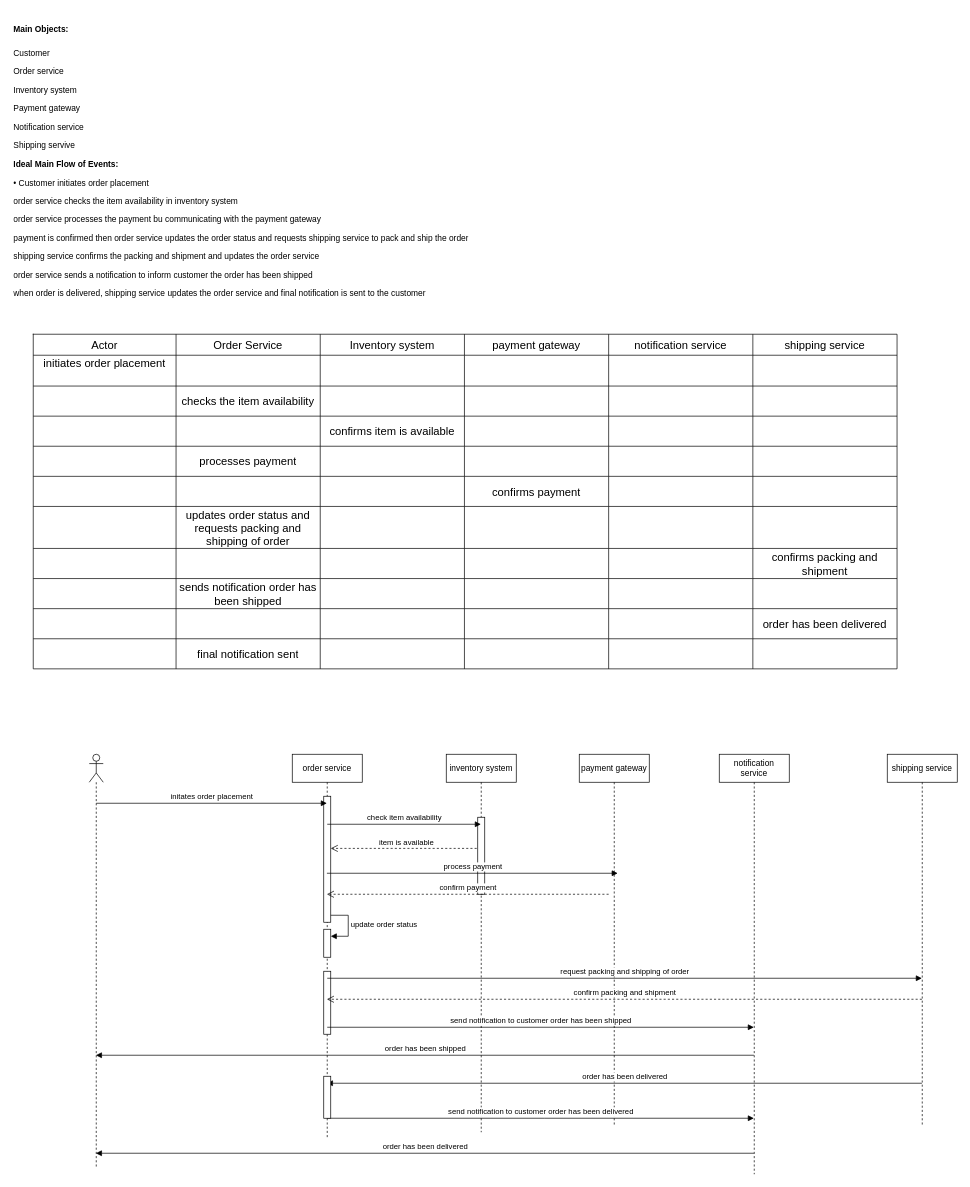
Before: finals-sequence-diagram.drawio in natasha-kiara/use-case-diagrams, a draw.io diagram. Source tidied: cells renumbered, new cells numbered last; positions are measured from the earlier drawing's top-left corner, leaving out a move shared by most shapes. Both pictures are drawn from the tidied source at 70%, with x=0, y=0 at pixel (12, 12).
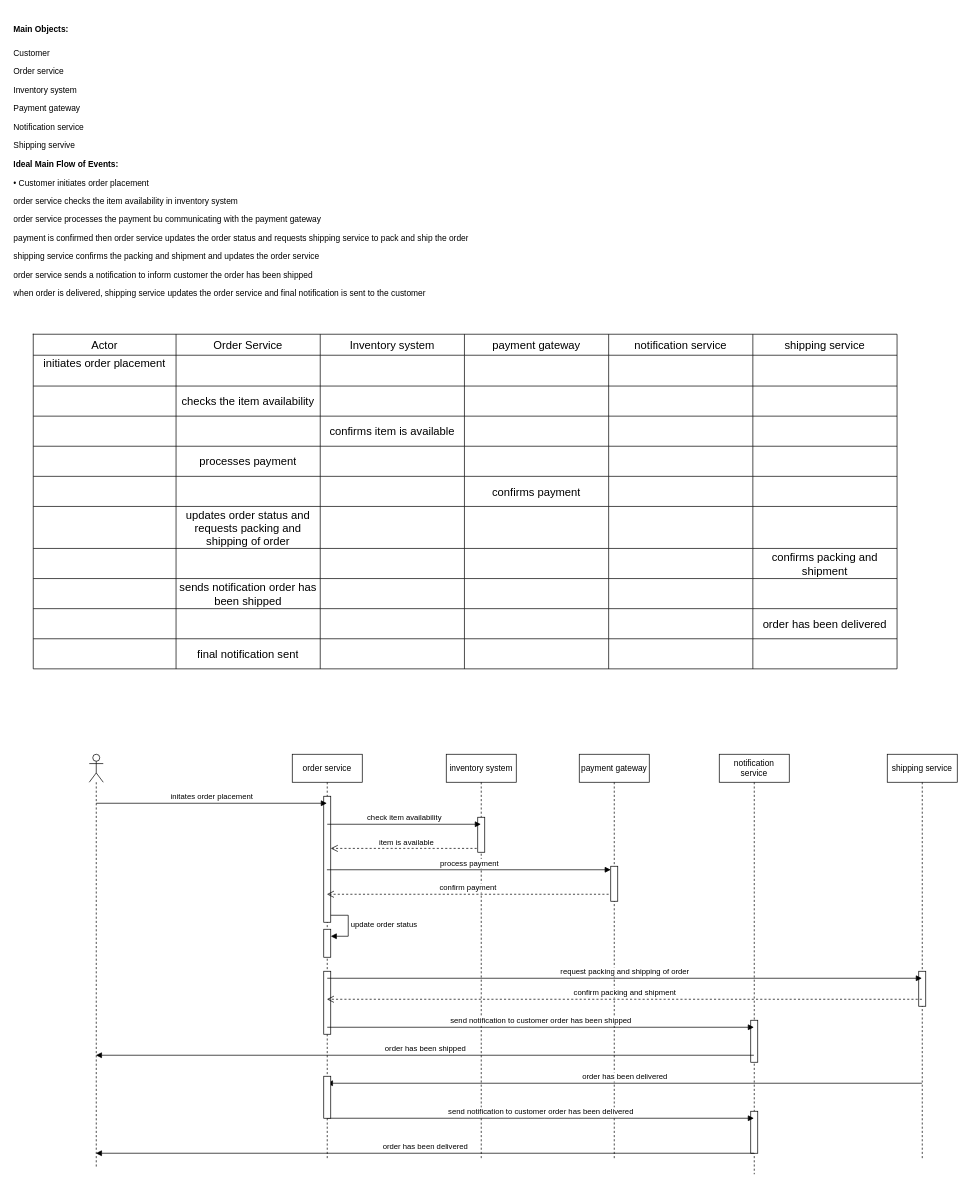
The same diagram, later.

The change refers to these unchanged cells:
```xml
<mxCell id="95" value="notification service" style="shape=umlLifeline;perimeter=lifelinePerimeter;whiteSpace=wrap;html=1;outlineConnect=0;portConstraint=eastwest;newEdgeStyle={&quot;curved&quot;:0,&quot;rounded&quot;:0};" parent="1" vertex="1">
  <mxGeometry x="1010" y="1060" width="100" height="600" as="geometry" />
</mxCell>
```

The edit, as a diff of the source:
```diff
@@
     <mxCell id="82" value="order service" style="shape=umlLifeline;perimeter=lifelinePerimeter;whiteSpace=wrap;html=1;outlineConnect=0;portConstraint=eastwest;newEdgeStyle={&quot;curved&quot;:0,&quot;rounded&quot;:0};" parent="1" vertex="1">
-      <mxGeometry x="400" y="1060" width="100" height="550" as="geometry" />
+      <mxGeometry x="400" y="1060" width="100" height="580" as="geometry" />
     </mxCell>
@@
     <mxCell id="89" value="inventory system" style="shape=umlLifeline;perimeter=lifelinePerimeter;whiteSpace=wrap;html=1;outlineConnect=0;portConstraint=eastwest;newEdgeStyle={&quot;curved&quot;:0,&quot;rounded&quot;:0};" parent="1" vertex="1">
-      <mxGeometry x="620" y="1060" width="100" height="540" as="geometry" />
+      <mxGeometry x="620" y="1060" width="100" height="580" as="geometry" />
     </mxCell>
     <mxCell id="90" style="html=1;perimeter=orthogonalPerimeter;targetShapes=umlLifeline;newEdgeStyle={&quot;curved&quot;:0,&quot;rounded&quot;:0};" parent="89" vertex="1">
-      <mxGeometry x="45" y="90" width="10" height="110" as="geometry" />
+      <mxGeometry x="45" y="90" width="10" height="50" as="geometry" />
     </mxCell>
     <mxCell id="91" value="payment gateway" style="shape=umlLifeline;perimeter=lifelinePerimeter;whiteSpace=wrap;html=1;newEdgeStyle={&quot;curved&quot;:0,&quot;rounded&quot;:0};" parent="1" vertex="1">
-      <mxGeometry x="810" y="1060" width="100" height="530" as="geometry" />
+      <mxGeometry x="810" y="1060" width="100" height="580" as="geometry" />
     </mxCell>
+    <mxCell id="105" style="html=1;points=[[0,0,0,0,5],[0,1,0,0,-5],[1,0,0,0,5],[1,1,0,0,-5]];perimeter=orthogonalPerimeter;outlineConnect=0;targetShapes=umlLifeline;portConstraint=eastwest;newEdgeStyle={&quot;curved&quot;:0,&quot;rounded&quot;:0};" parent="91" vertex="1">
+      <mxGeometry x="45" y="160" width="10" height="50" as="geometry" />
+    </mxCell>
@@
-    <mxCell id="93" value="process payment" style="html=1;verticalAlign=bottom;endArrow=block;curved=0;rounded=0;" parent="1" edge="1" source="82">
-      <mxGeometry relative="1" as="geometry">
-        <mxPoint x="865" y="1230" as="targetPoint" />
-      </mxGeometry>
+    <mxCell id="93" value="process payment" style="html=1;verticalAlign=bottom;endArrow=block;curved=0;rounded=0;entryX=0;entryY=0;entryDx=0;entryDy=5;entryPerimeter=0;" parent="1" edge="1" source="82" target="105">
+      <mxGeometry relative="1" as="geometry" />
     </mxCell>
     <mxCell id="94" value="shipping service" style="shape=umlLifeline;perimeter=lifelinePerimeter;whiteSpace=wrap;html=1;outlineConnect=0;portConstraint=eastwest;newEdgeStyle={&quot;curved&quot;:0,&quot;rounded&quot;:0};" parent="1" vertex="1">
-      <mxGeometry x="1250" y="1060" width="100" height="530" as="geometry" />
+      <mxGeometry x="1250" y="1060" width="100" height="580" as="geometry" />
     </mxCell>
+    <mxCell id="106" style="html=1;perimeter=orthogonalPerimeter;targetShapes=umlLifeline;newEdgeStyle={&quot;curved&quot;:0,&quot;rounded&quot;:0};" parent="94" vertex="1">
+      <mxGeometry x="45" y="310" width="10" height="50" as="geometry" />
+    </mxCell>
@@
+    <mxCell id="107" style="html=1;perimeter=orthogonalPerimeter;targetShapes=umlLifeline;newEdgeStyle={&quot;curved&quot;:0,&quot;rounded&quot;:0};" parent="95" vertex="1">
+      <mxGeometry x="45" y="380" width="10" height="60" as="geometry" />
+    </mxCell>
+    <mxCell id="108" style="html=1;perimeter=orthogonalPerimeter;targetShapes=umlLifeline;newEdgeStyle={&quot;curved&quot;:0,&quot;rounded&quot;:0};" parent="95" vertex="1">
+      <mxGeometry x="45" y="510" width="10" height="60" as="geometry" />
+    </mxCell>
```
